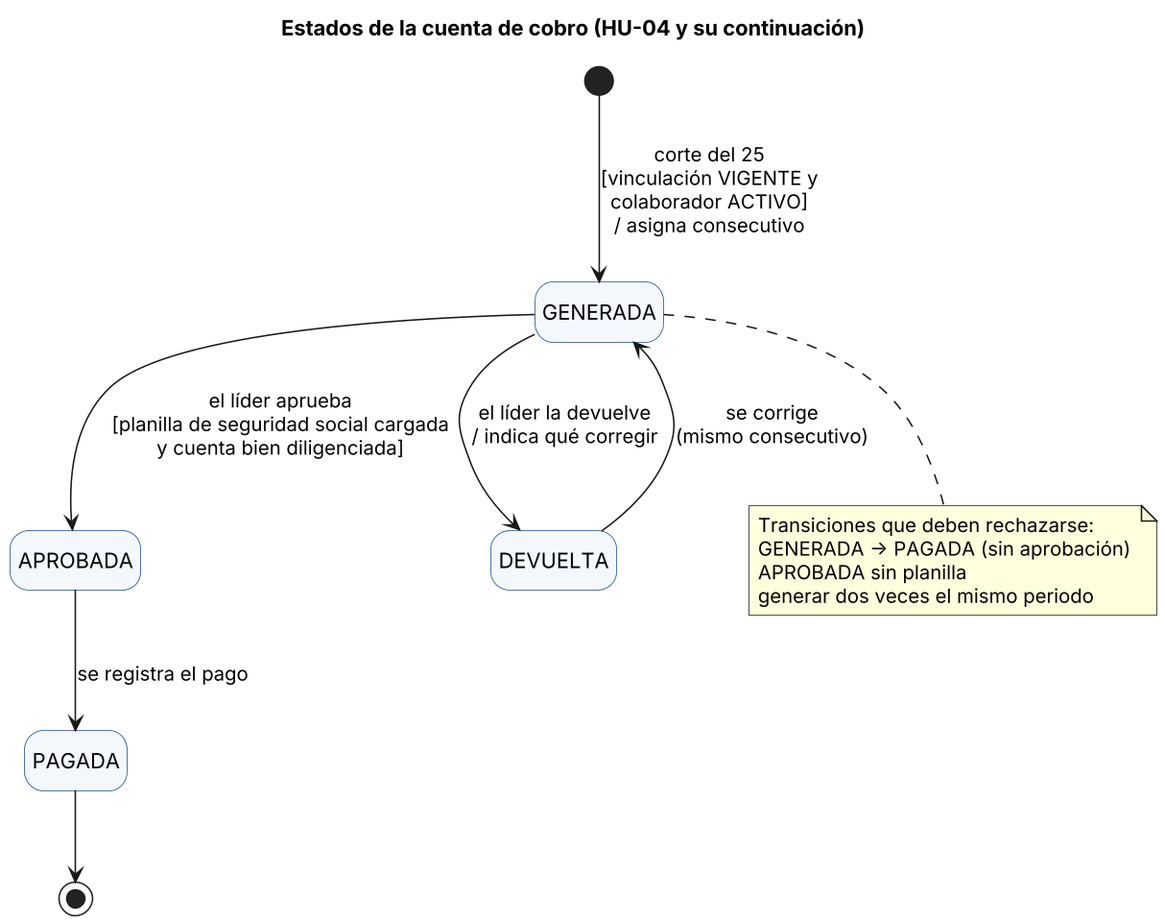
This is docs/diagramas/rtf4/estados_cuenta.png from Juanj15/criterdocs-and-people, a PlantUML export, as it was before one commit. Source of this version:
```plantuml
@startuml
skinparam dpi 150
skinparam defaultFontName Arial
skinparam shadowing false
hide empty description
skinparam state {
  BackgroundColor #F4F7FB
  BorderColor #1F4E8C
}
title Estados de la cuenta de cobro (HU-04 y su continuación)
[*] --> GENERADA : corte del 25\n[vinculación VIGENTE y\ncolaborador ACTIVO]\n/ asigna consecutivo
GENERADA --> APROBADA : el líder aprueba\n[planilla de seguridad social cargada\ny cuenta bien diligenciada]
GENERADA --> DEVUELTA : el líder la devuelve\n/ indica qué corregir
DEVUELTA --> GENERADA : se corrige\n(mismo consecutivo)
APROBADA --> PAGADA : se registra el pago
PAGADA --> [*]
note bottom of GENERADA
  Transiciones que deben rechazarse:
  GENERADA -> PAGADA (sin aprobación)
  APROBADA sin planilla
  generar dos veces el mismo periodo
end note
@enduml
```
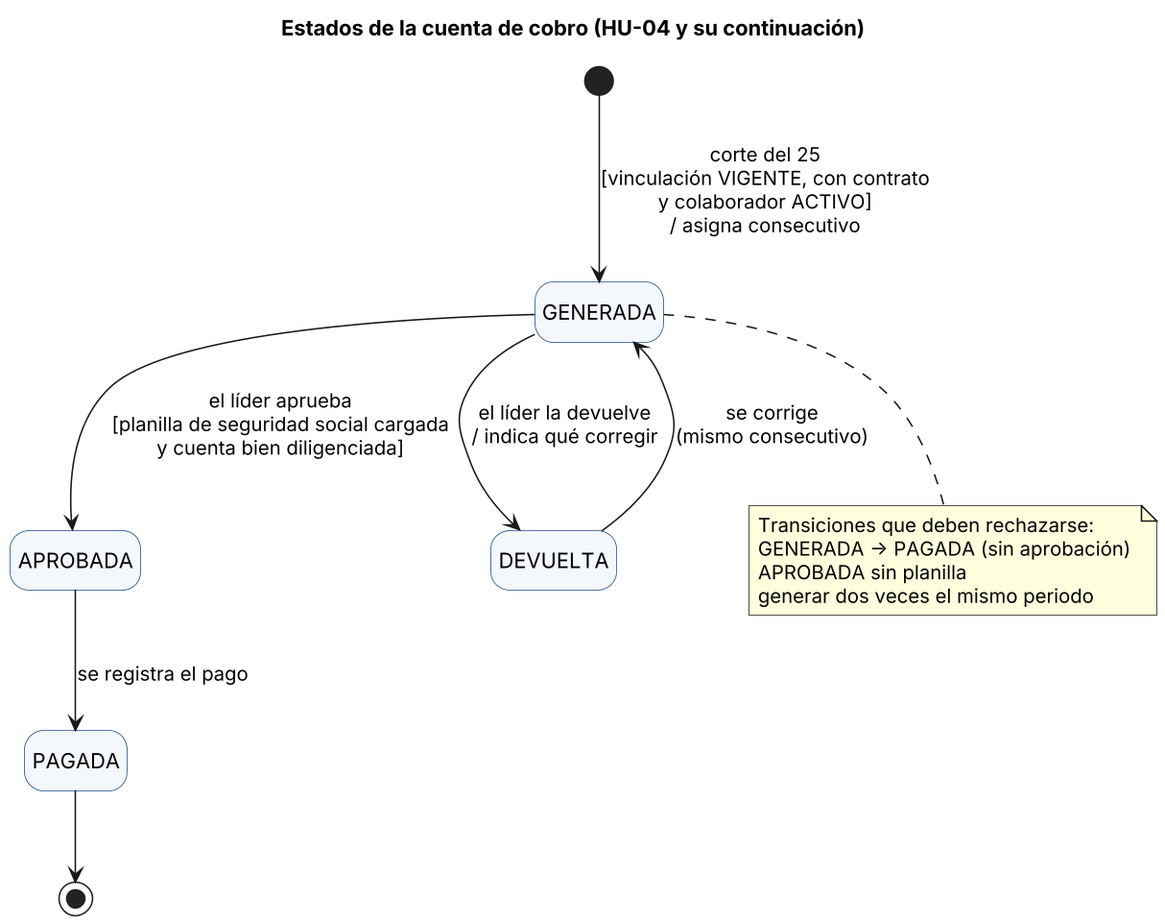
Above is the later version.

What changed in the source:
```diff
@@ -8,7 +8,7 @@
   BorderColor #1F4E8C
 }
 title Estados de la cuenta de cobro (HU-04 y su continuación)
-[*] --> GENERADA : corte del 25\n[vinculación VIGENTE y\ncolaborador ACTIVO]\n/ asigna consecutivo
+[*] --> GENERADA : corte del 25\n[vinculación VIGENTE, con contrato\ny colaborador ACTIVO]\n/ asigna consecutivo
 GENERADA --> APROBADA : el líder aprueba\n[planilla de seguridad social cargada\ny cuenta bien diligenciada]
 GENERADA --> DEVUELTA : el líder la devuelve\n/ indica qué corregir
 DEVUELTA --> GENERADA : se corrige\n(mismo consecutivo)
```
